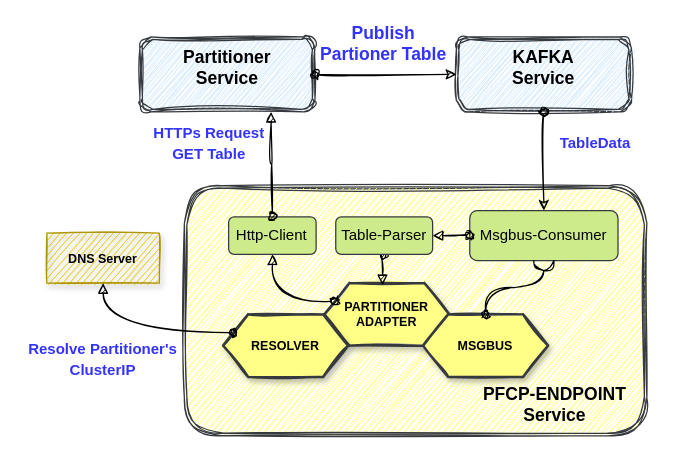
Earlier version of the draw.io diagram page "Partitioner" (4 of 6) of External_submodule.drawio (SunLucc/Test). Source tidied: cells renumbered, new cells numbered last; positions are measured from the earlier drawing's top-left corner, leaving out a move shared by most shapes. Both pictures are drawn from the tidied source at 125%, with x=0, y=0 at pixel (21, 24).
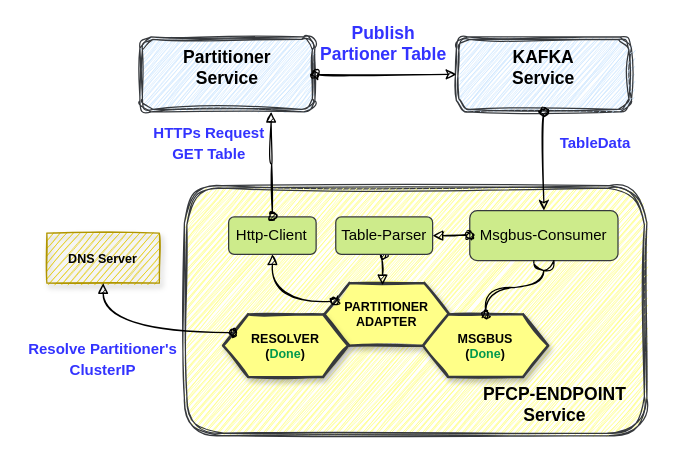
Above is the later version.

Unchanged cells that the change refers to:
```xml
<mxCell id="2" style="group;" parent="1" vertex="1">
  <mxGeometry width="520" height="329" as="geometry" />
</mxCell>
```

Change to the diagram source:
```diff
@@
-    <mxCell id="5" value="&lt;b style=&quot;font-size: 10px;&quot;&gt;MSGBUS&lt;br&gt;&lt;/b&gt;" style="shape=hexagon;perimeter=hexagonPerimeter2;whiteSpace=wrap;html=1;fixedSize=1;fillStyle=solid;fillColor=#ffff88;strokeColor=#36393d;fontSize=10;rounded=0;shadow=1;sketch=1;strokeWidth=2;" parent="2" vertex="1">
+    <mxCell id="5" value="&lt;b style=&quot;font-size: 10px;&quot;&gt;MSGBUS&lt;br&gt;&lt;/b&gt;&lt;b style=&quot;border-color: var(--border-color);&quot;&gt;(&lt;font style=&quot;border-color: var(--border-color);&quot; color=&quot;#00994d&quot;&gt;Done&lt;/font&gt;)&lt;/b&gt;&lt;b style=&quot;font-size: 10px;&quot;&gt;&lt;br&gt;&lt;/b&gt;" style="shape=hexagon;perimeter=hexagonPerimeter2;whiteSpace=wrap;html=1;fixedSize=1;fillStyle=solid;fillColor=#ffff88;strokeColor=#36393d;fontSize=10;rounded=0;shadow=1;sketch=1;strokeWidth=2;" parent="2" vertex="1">
       <mxGeometry x="321" y="232" width="100" height="50" as="geometry" />
     </mxCell>
-    <mxCell id="6" value="&lt;b style=&quot;font-size: 10px;&quot;&gt;RESOLVER&lt;/b&gt;" style="shape=hexagon;perimeter=hexagonPerimeter2;whiteSpace=wrap;html=1;fixedSize=1;fillStyle=solid;fillColor=#ffff88;strokeColor=#36393d;fontSize=10;rounded=0;shadow=1;sketch=1;strokeWidth=2;" parent="2" vertex="1">
+    <mxCell id="6" value="&lt;b style=&quot;font-size: 10px;&quot;&gt;RESOLVER&lt;br&gt;&lt;/b&gt;&lt;b style=&quot;border-color: var(--border-color);&quot;&gt;(&lt;font style=&quot;border-color: var(--border-color);&quot; color=&quot;#00994d&quot;&gt;Done&lt;/font&gt;)&lt;/b&gt;&lt;b style=&quot;font-size: 10px;&quot;&gt;&lt;br&gt;&lt;/b&gt;" style="shape=hexagon;perimeter=hexagonPerimeter2;whiteSpace=wrap;html=1;fixedSize=1;fillStyle=solid;fillColor=#ffff88;strokeColor=#36393d;fontSize=10;rounded=0;shadow=1;sketch=1;strokeWidth=2;" parent="2" vertex="1">
       <mxGeometry x="161" y="232" width="100" height="50" as="geometry" />
     </mxCell>
```
